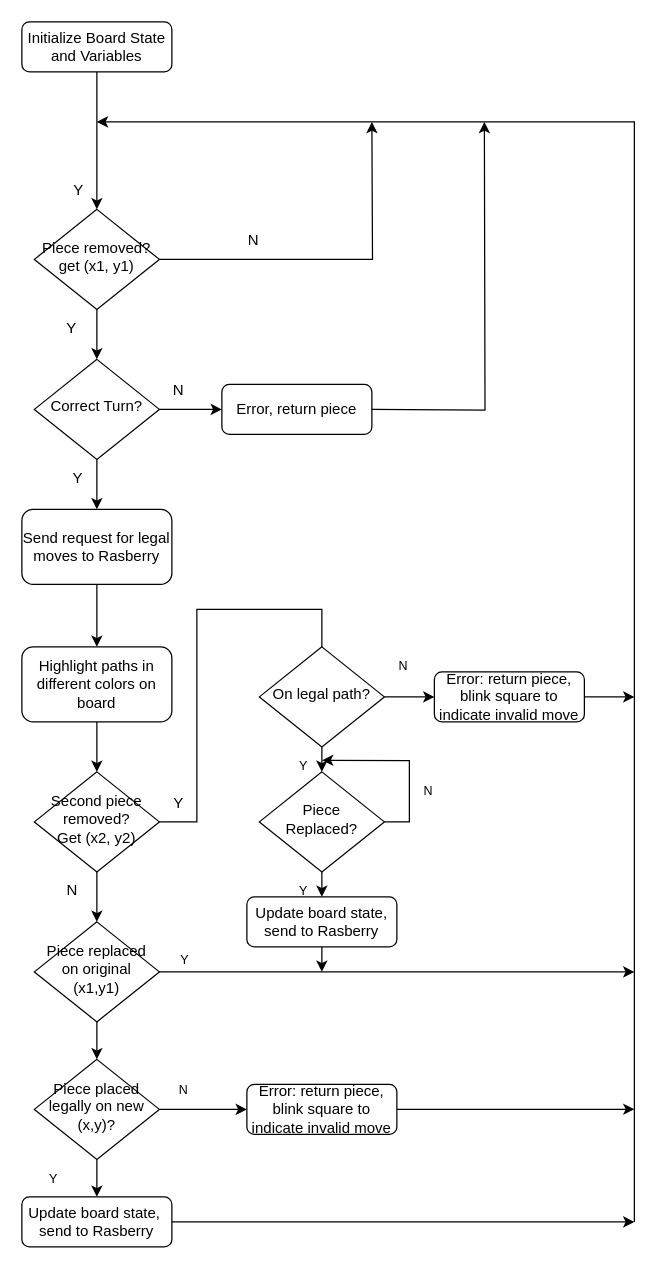
This is Arduino/mainLoop.drawio from jtsang02/leetChess, a draw.io file, before an edit. Source tidied: cells renumbered, new cells numbered last; positions are measured from the earlier drawing's top-left corner, leaving out a move shared by most shapes. Both pictures are drawn from the tidied source at 125%, with x=0, y=0 at pixel (21, 21).
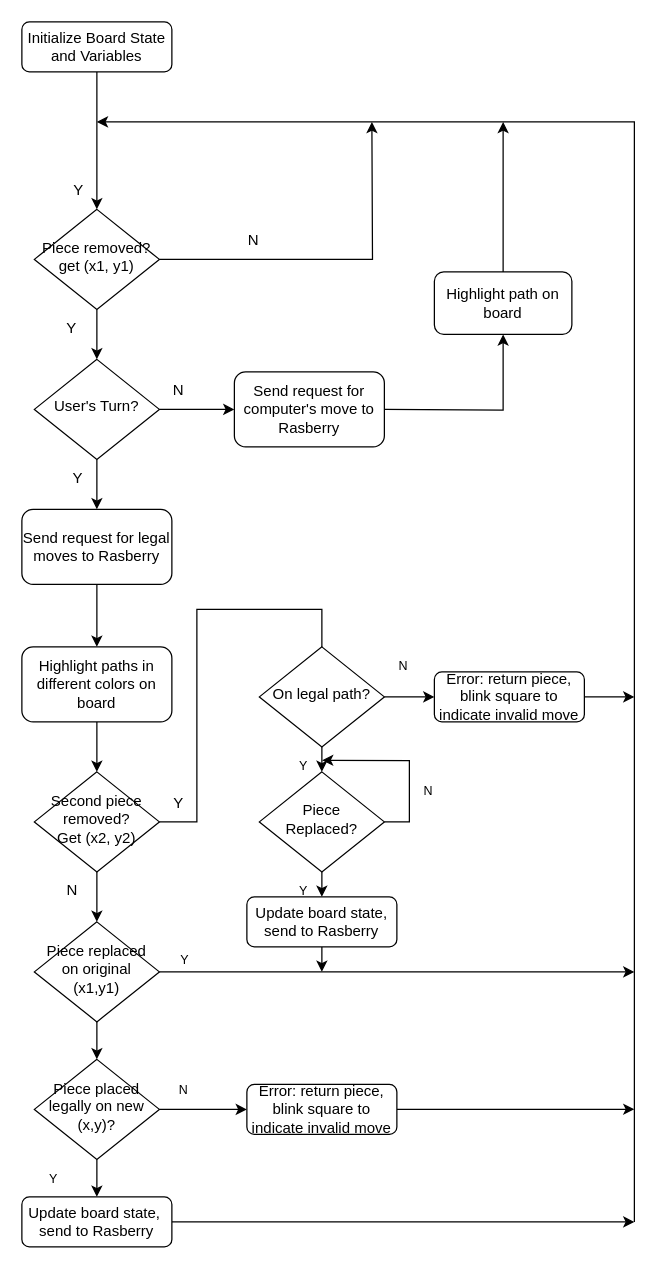
The same page after the edit.

Commit message (it also covers changes not shown here):
user's turn

Diff of the diagram source:
```diff
@@
-    <mxCell id="3" value="Correct Turn?" style="rhombus;whiteSpace=wrap;html=1;shadow=0;fontFamily=Helvetica;fontSize=12;align=center;strokeWidth=1;spacing=6;spacingTop=-4;" parent="1" vertex="1">
+    <mxCell id="3" value="User's Turn?" style="rhombus;whiteSpace=wrap;html=1;shadow=0;fontFamily=Helvetica;fontSize=12;align=center;strokeWidth=1;spacing=6;spacingTop=-4;" parent="1" vertex="1">
       <mxGeometry x="10" y="270" width="100" height="80" as="geometry" />
     </mxCell>
-    <mxCell id="4" value="Error, return piece" style="rounded=1;whiteSpace=wrap;html=1;fontSize=12;glass=0;strokeWidth=1;shadow=0;" parent="1" vertex="1">
-      <mxGeometry x="160" y="290" width="120" height="40" as="geometry" />
-    </mxCell>
@@
-    <mxCell id="12" style="endArrow=classic;html=1;rounded=0;exitX=1;exitY=0.5;exitDx=0;exitDy=0;entryX=0;entryY=0.5;entryDx=0;entryDy=0;" parent="1" edge="1" source="3" target="4">
-      <mxGeometry relative="1" as="geometry" />
+    <mxCell id="12" style="endArrow=classic;html=1;rounded=0;exitX=1;exitY=0.5;exitDx=0;exitDy=0;entryX=0;entryY=0.5;entryDx=0;entryDy=0;" parent="1" edge="1" source="3">
+      <mxGeometry relative="1" as="geometry">
+        <mxPoint x="170" y="310" as="targetPoint" />
+      </mxGeometry>
     </mxCell>
@@
-    <mxCell id="14" style="edgeStyle=orthogonalEdgeStyle;rounded=0;orthogonalLoop=1;jettySize=auto;html=1;exitX=1;exitY=0.5;exitDx=0;exitDy=0;" parent="1" edge="1">
+    <mxCell id="14" style="edgeStyle=orthogonalEdgeStyle;rounded=0;jettySize=auto;html=1;exitX=1;exitY=0.5;exitDx=0;exitDy=0;entryX=0.5;entryY=1;entryDx=0;entryDy=0;" parent="1" edge="1" target="56">
       <mxGeometry relative="1" as="geometry">
-        <mxPoint x="280" y="310" as="sourcePoint" />
-        <mxPoint x="370" y="80" as="targetPoint" />
+        <mxPoint x="290" y="310" as="sourcePoint" />
       </mxGeometry>
     </mxCell>
@@
+    <mxCell id="54" value="Send request for computer's move to Rasberry" style="rounded=1;whiteSpace=wrap;html=1;" parent="1" vertex="1">
+      <mxGeometry x="170" y="280" width="120" height="60" as="geometry" />
+    </mxCell>
+    <mxCell id="55" style="edgeStyle=none;html=1;exitX=0.5;exitY=0;exitDx=0;exitDy=0;" parent="1" edge="1" source="56">
+      <mxGeometry relative="1" as="geometry">
+        <mxPoint x="385" y="80" as="targetPoint" />
+      </mxGeometry>
+    </mxCell>
+    <mxCell id="56" value="Highlight path on board" style="rounded=1;whiteSpace=wrap;html=1;" parent="1" vertex="1">
+      <mxGeometry x="330" y="200" width="110" height="50" as="geometry" />
+    </mxCell>
```
